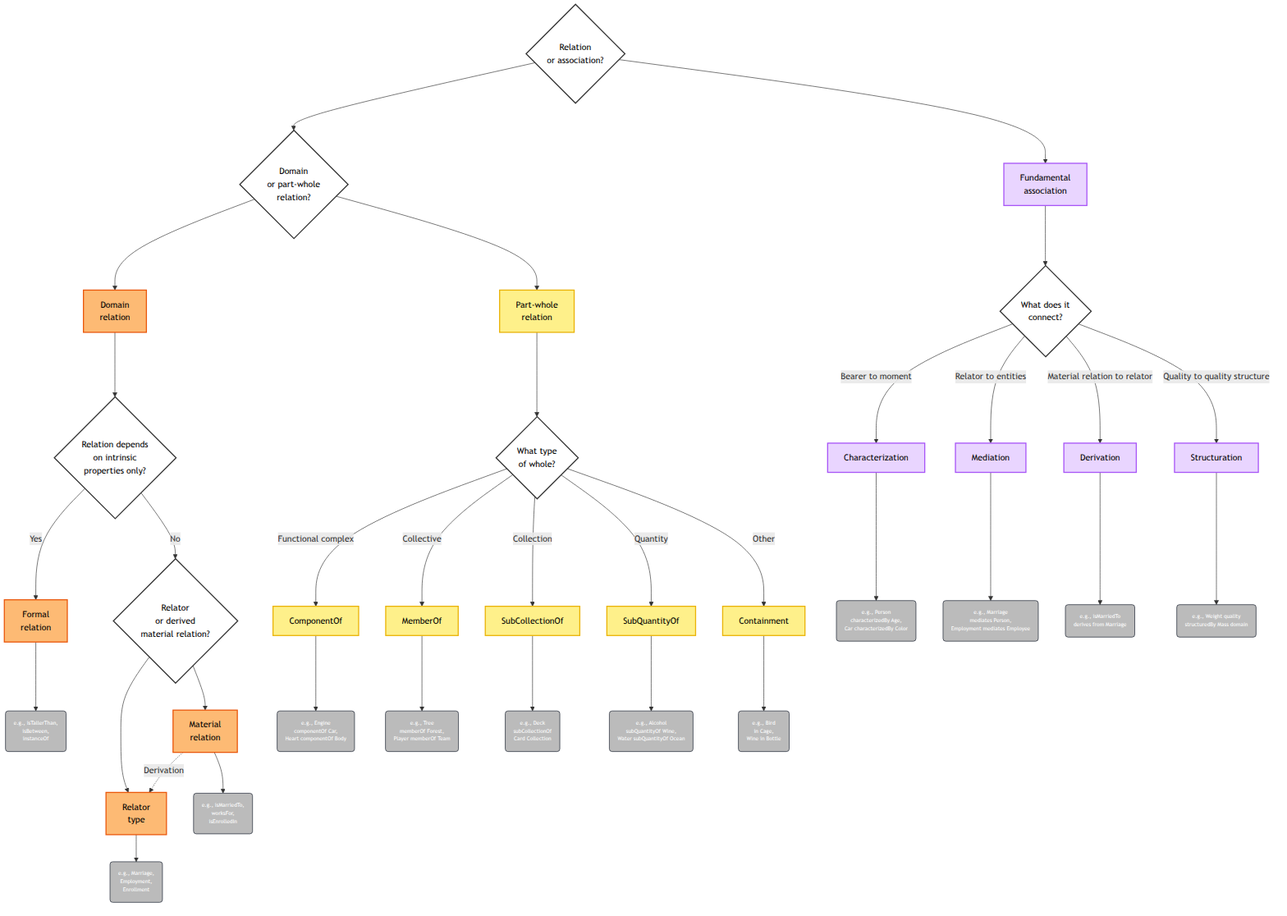
Above: 04-Relational.png in spdrnl/UFO-Modeling-Decision-Tree (Mermaid), before the change. Its source is kept beside it as 04-Relational.mermaid.
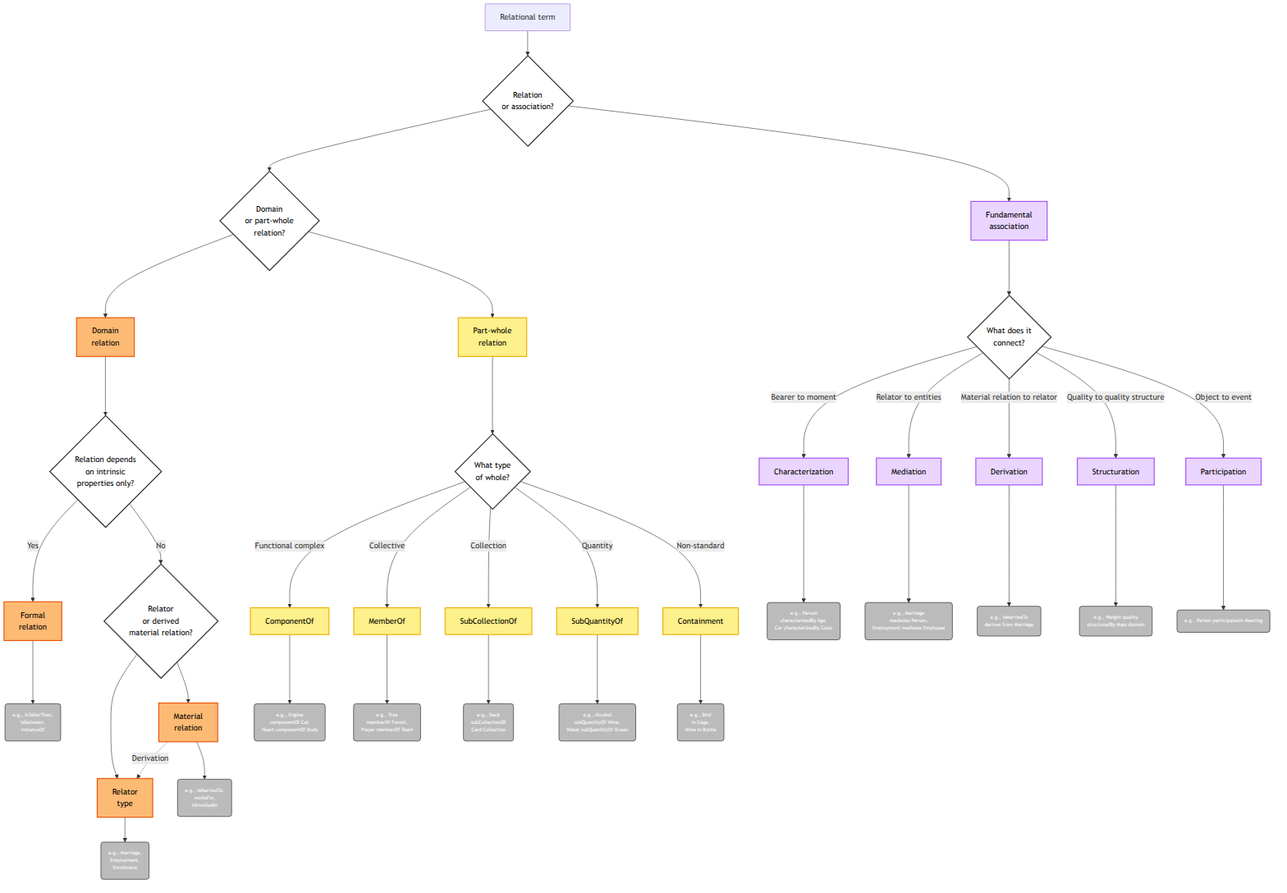
Above is the later version.

What changed in the source:
```diff
@@ -31,7 +31,7 @@
     PW1 -->|Collective| MBO[MemberOf]
     PW1 -->|Collection| SCO[SubCollectionOf]
     PW1 -->|Quantity| SQO[SubQuantityOf]
-    PW1 -->|Non-standard| CON[Containment]
+    PW1 -->|Non-standard| CON["Containment\n(spatial)"]
 
     FOR_ex("e.g., isTallerThan, \nisBetween, \ninstanceOf"):::example
     FOR --> FOR_ex
```
